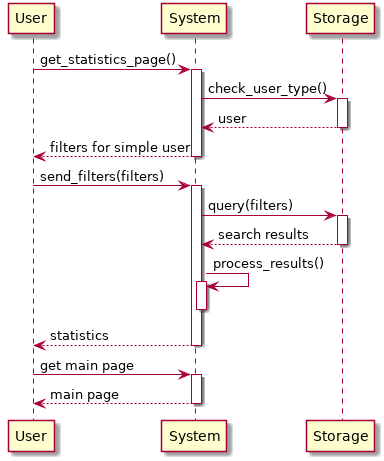
GiorgioUghini/SafeStreets keeps this PlantUML diagram as RASD/images/useCases/information_mining.png. Above is the earlier version.
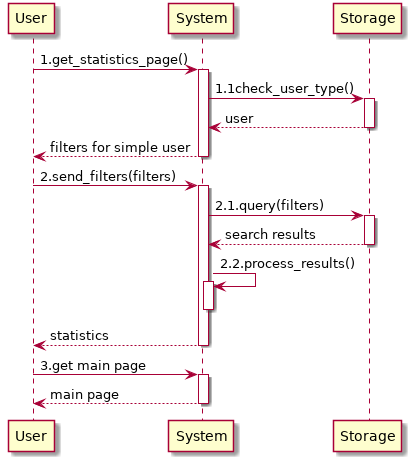
After the commit.

Diff of the diagram source:
```diff
@@ -5,16 +5,16 @@
 
     autoactivate on
 
-    U -> S: get_statistics_page()
-    S -> ST: check_user_type()
+    U -> S: 1.get_statistics_page()
+    S -> ST: 1.1check_user_type()
     return user
     return filters for simple user
-    U -> S: send_filters(filters)
-    S -> ST: query(filters)
+    U -> S: 2.send_filters(filters)
+    S -> ST: 2.1.query(filters)
     return search results
-    S -> S: process_results()
+    S -> S: 2.2.process_results()
     deactivate S
     return statistics
-    U -> S: get main page
+    U -> S: 3.get main page
     return main page
 @enduml
```
